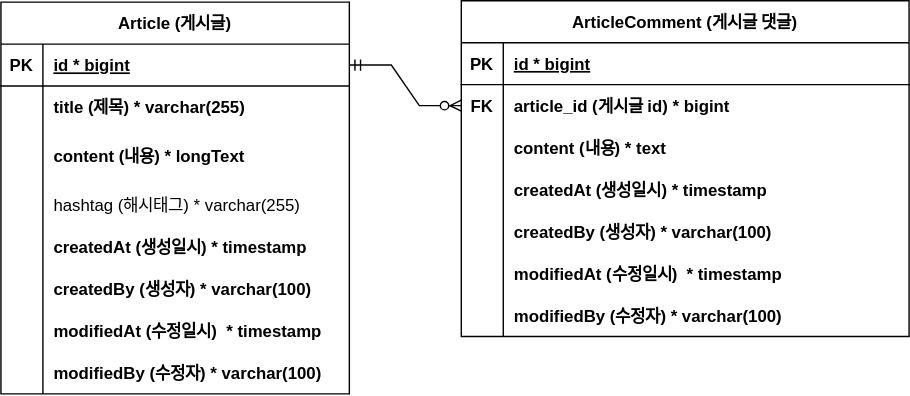
Pepe6bf/FC-project2-board keeps this draw.io diagram as document/project-board-erd.svg. Above is the earlier version. Source tidied: cells renumbered, new cells last; positions are measured from the earlier drawing's top-left corner, leaving out a move shared by most shapes.
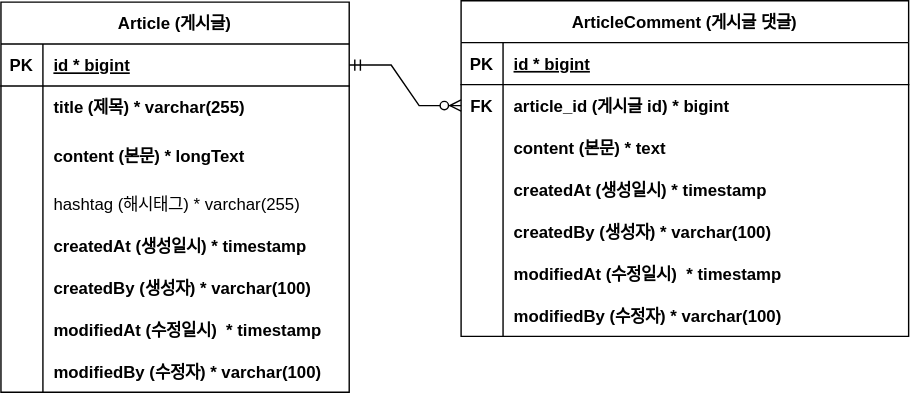
Above is the later version.

Commit message:
#9 - ERD 주석 업데이트: project-board-erd.svg

What changed in the source:
```diff
@@ -3,7 +3,7 @@
     <mxCell id="0" />
     <mxCell id="1" parent="0" />
     <mxCell id="2" value="Article (게시글)" style="shape=table;startSize=30;rowLines=0;fontStyle=1;align=center;" parent="1" vertex="1">
-      <mxGeometry y="1" width="249" height="280" as="geometry" />
+      <mxGeometry y="1" width="249" height="279" as="geometry" />
     </mxCell>
     <mxCell id="3" style="shape=tableRow;horizontal=0;startSize=0;swimlaneHead=0;swimlaneBody=0;fillColor=none;points=[[0,0.5],[1,0.5]];portConstraint=eastwest;top=0;left=0;right=0;bottom=1;" parent="2" vertex="1">
       <mxGeometry y="30" width="249" height="30" as="geometry" />
@@ -24,16 +24,16 @@
       <mxGeometry x="30" width="219" height="30" as="geometry" />
     </mxCell>
     <mxCell id="9" style="shape=tableRow;horizontal=0;startSize=0;swimlaneHead=0;swimlaneBody=0;fillColor=none;top=0;left=0;right=0;bottom=0;" parent="2" vertex="1">
-      <mxGeometry y="90" width="249" height="40" as="geometry" />
+      <mxGeometry y="90" width="249" height="39" as="geometry" />
     </mxCell>
     <mxCell id="10" style="shape=partialRectangle;fillColor=none;top=0;left=0;bottom=0;right=0;overflow=hidden;" parent="9" vertex="1">
-      <mxGeometry width="30" height="40" as="geometry" />
+      <mxGeometry width="30" height="39" as="geometry" />
     </mxCell>
-    <mxCell id="11" value="content (내용) * longText" style="shape=partialRectangle;fillColor=none;top=0;left=0;bottom=0;right=0;align=left;spacingLeft=6;overflow=hidden;fontStyle=1;" parent="9" vertex="1">
-      <mxGeometry x="30" width="219" height="40" as="geometry" />
+    <mxCell id="11" value="content (본문) * longText" style="shape=partialRectangle;fillColor=none;top=0;left=0;bottom=0;right=0;align=left;spacingLeft=6;overflow=hidden;fontStyle=1;" parent="9" vertex="1">
+      <mxGeometry x="30" width="219" height="39" as="geometry" />
     </mxCell>
     <mxCell id="12" style="shape=tableRow;horizontal=0;startSize=0;swimlaneHead=0;swimlaneBody=0;fillColor=none;top=0;left=0;right=0;bottom=0;" parent="2" vertex="1">
-      <mxGeometry y="130" width="249" height="30" as="geometry" />
+      <mxGeometry y="129" width="249" height="30" as="geometry" />
     </mxCell>
     <mxCell id="13" style="shape=partialRectangle;fillColor=none;top=0;left=0;bottom=0;right=0;overflow=hidden;" parent="12" vertex="1">
       <mxGeometry width="30" height="30" as="geometry" />
@@ -42,7 +42,7 @@
       <mxGeometry x="30" width="219" height="30" as="geometry" />
     </mxCell>
     <mxCell id="15" style="shape=tableRow;horizontal=0;startSize=0;swimlaneHead=0;swimlaneBody=0;fillColor=none;top=0;left=0;right=0;bottom=0;" parent="2" vertex="1">
-      <mxGeometry y="160" width="249" height="30" as="geometry" />
+      <mxGeometry y="159" width="249" height="30" as="geometry" />
     </mxCell>
     <mxCell id="16" style="shape=partialRectangle;fillColor=none;top=0;left=0;bottom=0;right=0;overflow=hidden;" parent="15" vertex="1">
       <mxGeometry width="30" height="30" as="geometry" />
@@ -51,7 +51,7 @@
       <mxGeometry x="30" width="219" height="30" as="geometry" />
     </mxCell>
     <mxCell id="18" style="shape=tableRow;horizontal=0;startSize=0;swimlaneHead=0;swimlaneBody=0;fillColor=none;top=0;left=0;right=0;bottom=0;" parent="2" vertex="1">
-      <mxGeometry y="190" width="249" height="30" as="geometry" />
+      <mxGeometry y="189" width="249" height="30" as="geometry" />
     </mxCell>
     <mxCell id="19" style="shape=partialRectangle;fillColor=none;top=0;left=0;bottom=0;right=0;overflow=hidden;" parent="18" vertex="1">
       <mxGeometry width="30" height="30" as="geometry" />
@@ -60,7 +60,7 @@
       <mxGeometry x="30" width="219" height="30" as="geometry" />
     </mxCell>
     <mxCell id="21" style="shape=tableRow;horizontal=0;startSize=0;swimlaneHead=0;swimlaneBody=0;fillColor=none;top=0;left=0;right=0;bottom=0;" parent="2" vertex="1">
-      <mxGeometry y="220" width="249" height="30" as="geometry" />
+      <mxGeometry y="219" width="249" height="30" as="geometry" />
     </mxCell>
     <mxCell id="22" style="shape=partialRectangle;fillColor=none;top=0;left=0;bottom=0;right=0;overflow=hidden;" parent="21" vertex="1">
       <mxGeometry width="30" height="30" as="geometry" />
@@ -69,7 +69,7 @@
       <mxGeometry x="30" width="219" height="30" as="geometry" />
     </mxCell>
     <mxCell id="24" style="shape=tableRow;horizontal=0;startSize=0;swimlaneHead=0;swimlaneBody=0;fillColor=none;top=0;left=0;right=0;bottom=0;" parent="2" vertex="1">
-      <mxGeometry y="250" width="249" height="30" as="geometry" />
+      <mxGeometry y="249" width="249" height="30" as="geometry" />
     </mxCell>
     <mxCell id="25" style="shape=partialRectangle;fillColor=none;top=0;left=0;bottom=0;right=0;overflow=hidden;" parent="24" vertex="1">
       <mxGeometry width="30" height="30" as="geometry" />
@@ -104,7 +104,7 @@
     <mxCell id="35" style="shape=partialRectangle;fillColor=none;top=0;left=0;bottom=0;right=0;overflow=hidden;" parent="34" vertex="1">
       <mxGeometry width="30" height="30" as="geometry" />
     </mxCell>
-    <mxCell id="36" value="content (내용) * text" style="shape=partialRectangle;fillColor=none;top=0;left=0;bottom=0;right=0;align=left;spacingLeft=6;overflow=hidden;fontStyle=1;" parent="34" vertex="1">
+    <mxCell id="36" value="content (본문) * text" style="shape=partialRectangle;fillColor=none;top=0;left=0;bottom=0;right=0;align=left;spacingLeft=6;overflow=hidden;fontStyle=1;" parent="34" vertex="1">
       <mxGeometry x="30" width="290" height="30" as="geometry" />
     </mxCell>
     <mxCell id="37" style="shape=tableRow;horizontal=0;startSize=0;swimlaneHead=0;swimlaneBody=0;fillColor=none;top=0;left=0;right=0;bottom=0;" parent="27" vertex="1">
```
